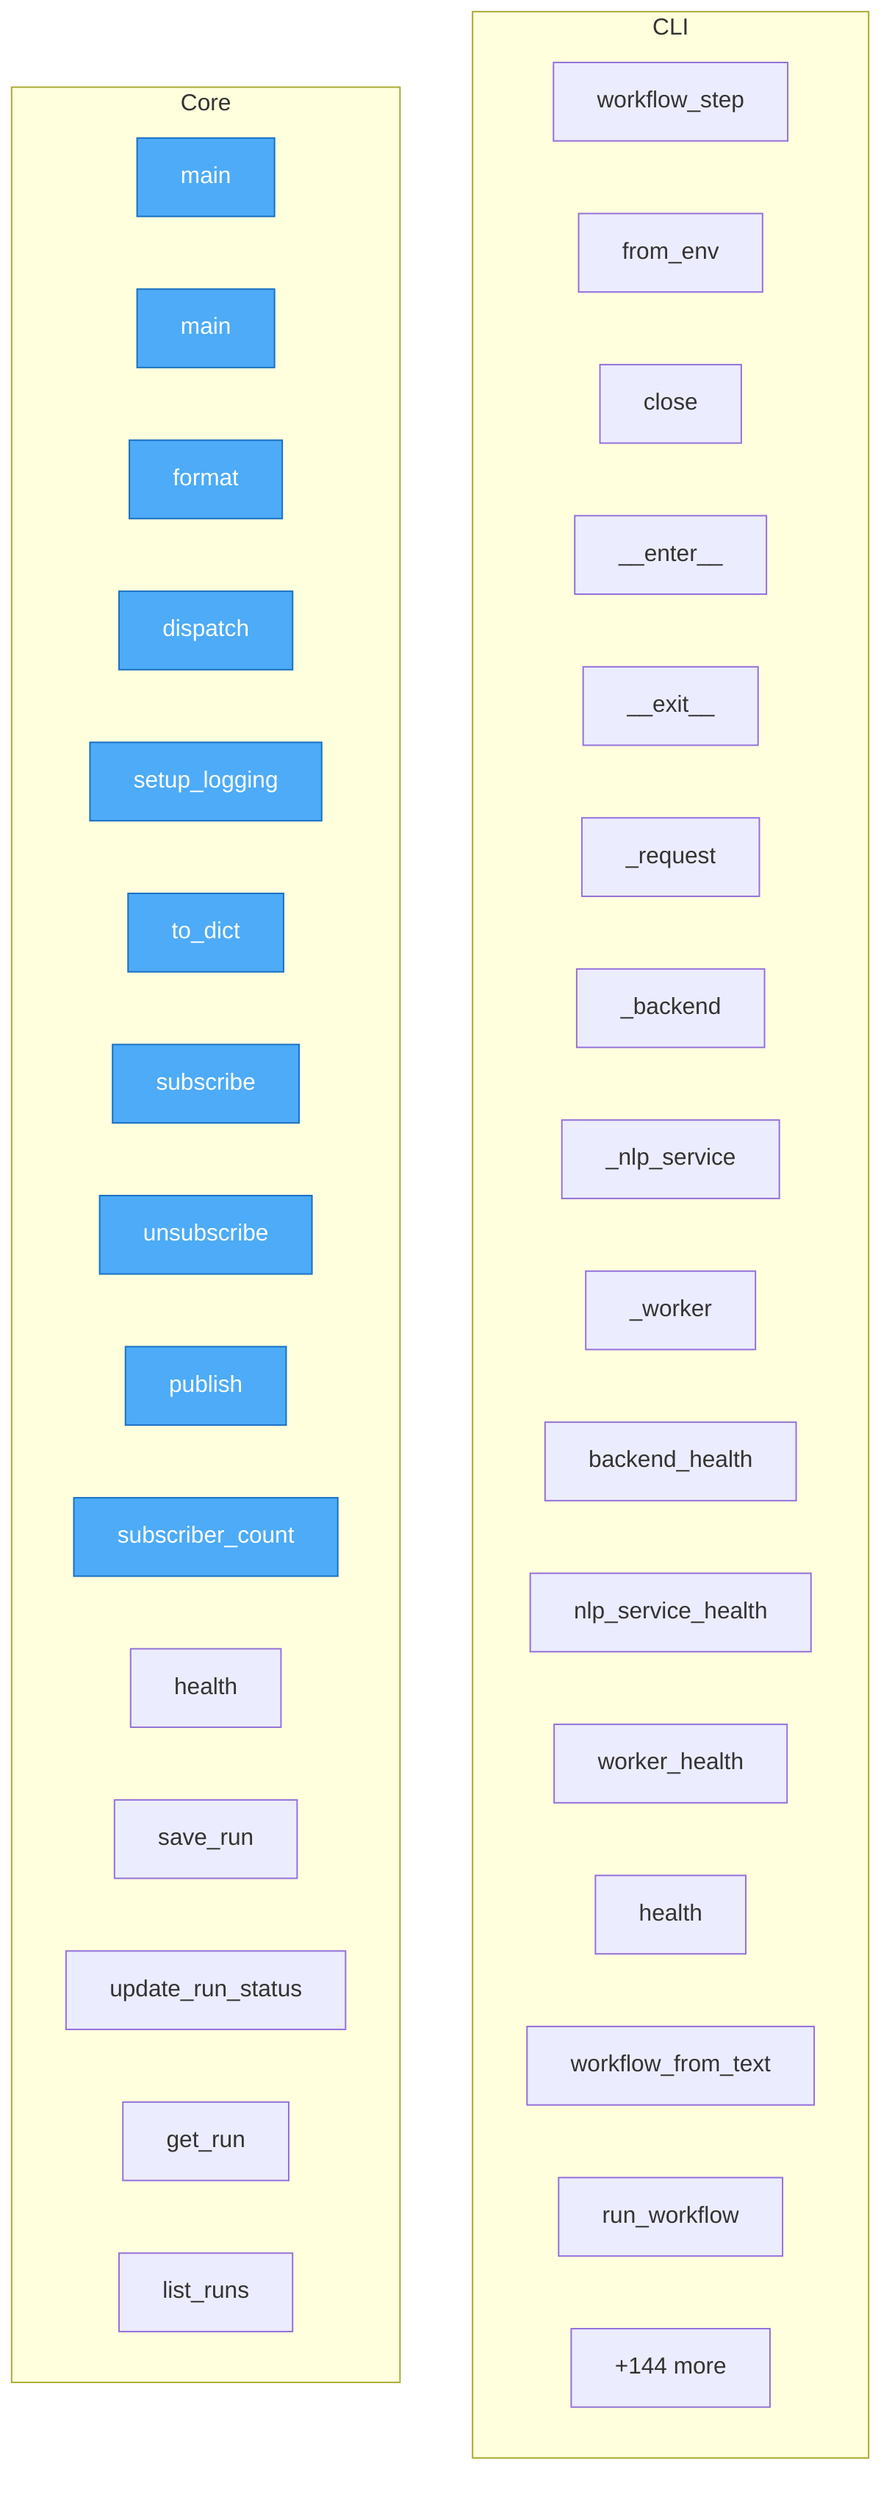
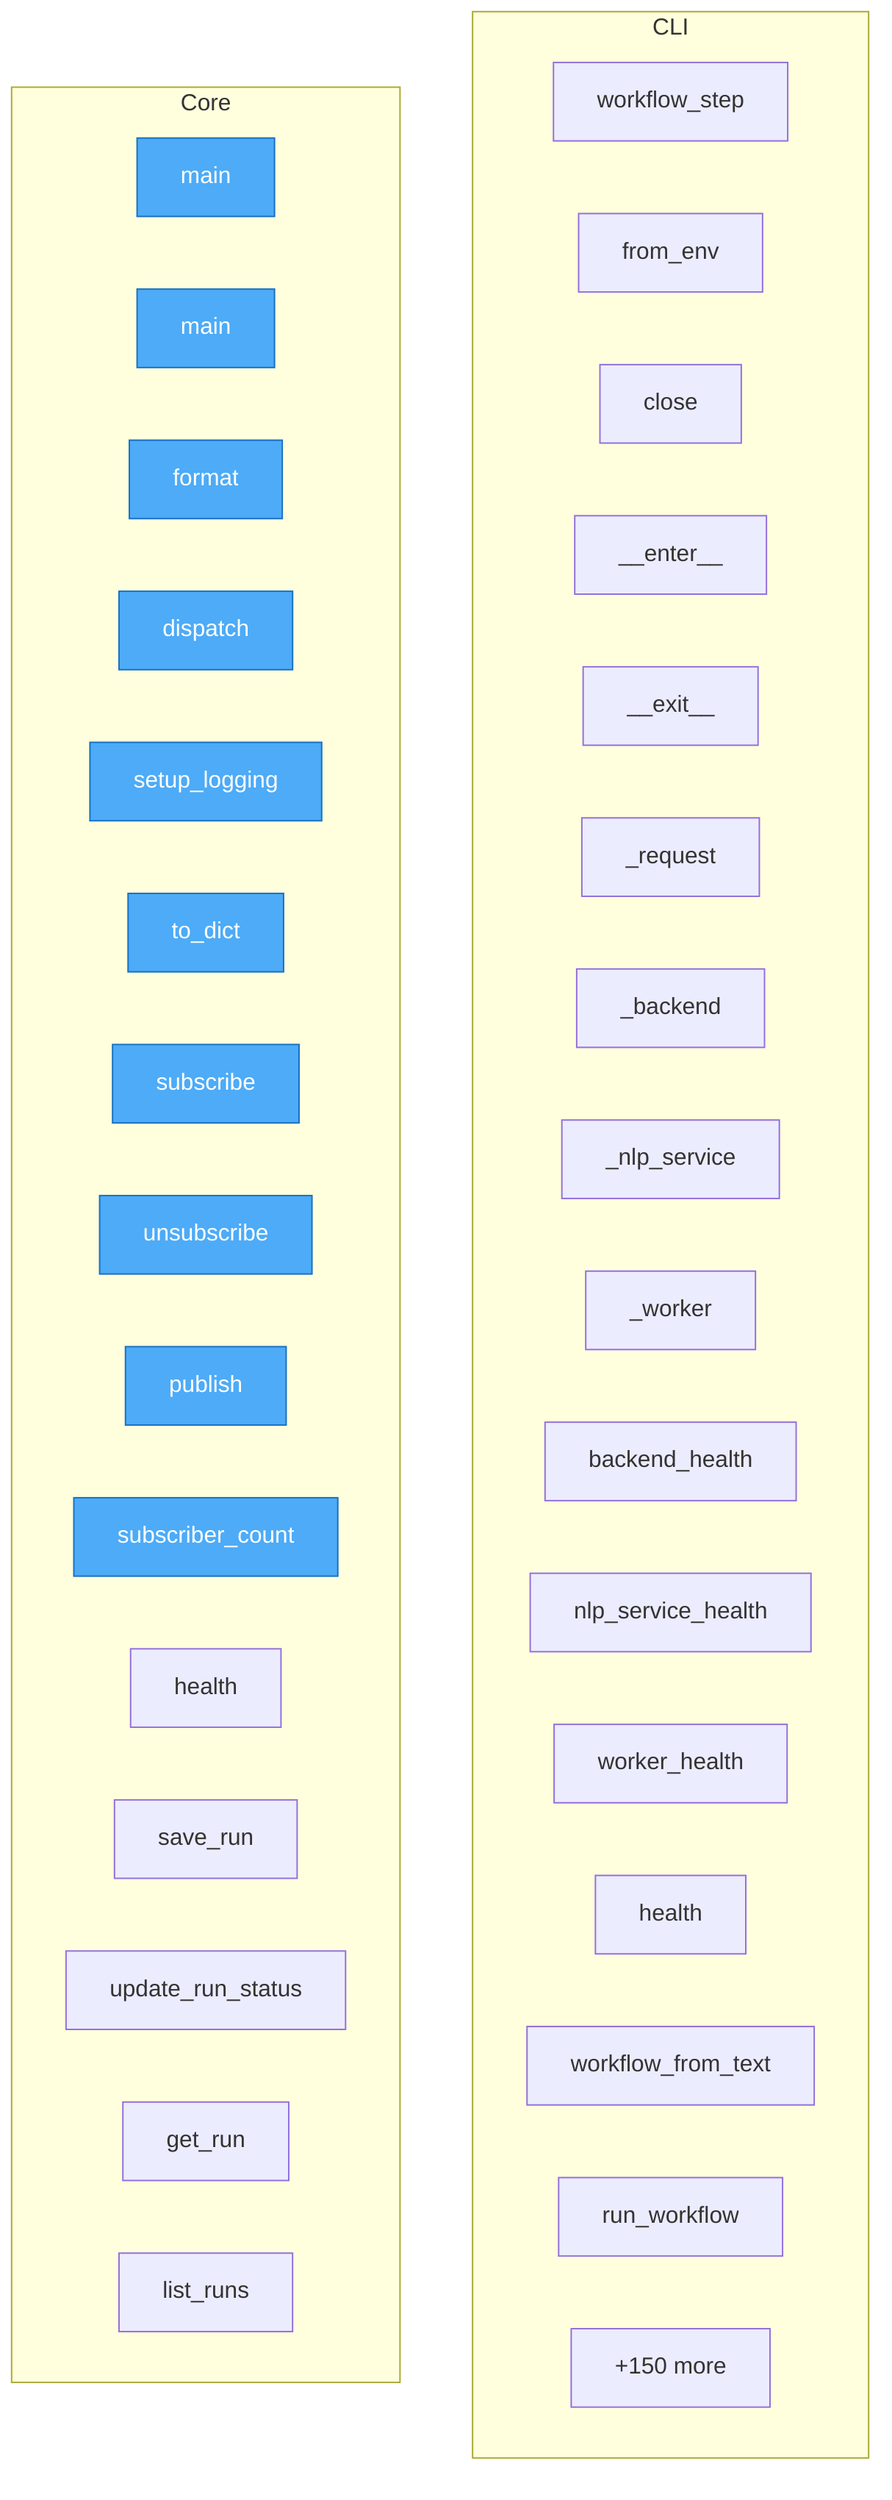
flowchart TD
- %% generated in 0.03s
+ %% generated in 0.01s

    %% Entry points (blue)
    classDef entry fill:#4dabf7,stroke:#1971c2,color:#fff

    subgraph CLI
        nlp2dsl_sdk__client__workflow_step["workflow_step"]
        nlp2dsl_sdk__client__NLP2DSLClient__from_env["from_env"]
        nlp2dsl_sdk__client__NLP2DSLClient__close["close"]
        nlp2dsl_sdk__client__NLP2DSLClient____enter__["__enter__"]
        nlp2dsl_sdk__client__NLP2DSLClient____exit__["__exit__"]
        nlp2dsl_sdk__client__NLP2DSLClient___request["_request"]
        nlp2dsl_sdk__client__NLP2DSLClient___backend["_backend"]
        nlp2dsl_sdk__client__NLP2DSLClient___nlp_service["_nlp_service"]
        nlp2dsl_sdk__client__NLP2DSLClient___worker["_worker"]
        nlp2dsl_sdk__client__NLP2DSLClient__backend_health["backend_health"]
        nlp2dsl_sdk__client__NLP2DSLClient__nlp_service_health["nlp_service_health"]
        nlp2dsl_sdk__client__NLP2DSLClient__worker_health["worker_health"]
        nlp2dsl_sdk__client__NLP2DSLClient__health["health"]
        nlp2dsl_sdk__client__NLP2DSLClient__workflow_from_text["workflow_from_text"]
        nlp2dsl_sdk__client__NLP2DSLClient__run_workflow["run_workflow"]
        ...["+34 more"]
    end

    subgraph Core
        tauri_wrapper__src_tauri__build__main["main"]
        tauri_wrapper__src_tauri__src__main__main["main"]
        backend__app__logging_setup__JSONFormatter__format["format"]
        backend__app__logging_setup__RequestIDMiddleware__dispatch["dispatch"]
        backend__app__logging_setup__setup_logging["setup_logging"]
        backend__app__workflow_events__WorkflowEvent__to_dict["to_dict"]
        backend__app__workflow_events__WorkflowEventHub__subscribe["subscribe"]
        backend__app__workflow_events__WorkflowEventHub__unsubscribe["unsubscribe"]
        backend__app__workflow_events__WorkflowEventHub__publish["publish"]
        backend__app__workflow_events__WorkflowEventHub__subscriber_count["subscriber_count"]
        backend__app__main__health["health"]
        backend__app__db__memory__MemoryWorkflowRepo__save_run["save_run"]
        backend__app__db__memory__MemoryWorkflowRepo__update_run_status["update_run_status"]
        backend__app__db__memory__MemoryWorkflowRepo__get_run["get_run"]
        backend__app__db__memory__MemoryWorkflowRepo__list_runs["list_runs"]
-         ...["+144 more"]
+         ...["+150 more"]
    end

    class tauri_wrapper__src_tauri__build__main,tauri_wrapper__src_tauri__src__main__main,backend__app__logging_setup__JSONFormatter__format,backend__app__logging_setup__RequestIDMiddleware__dispatch,backend__app__logging_setup__setup_logging,backend__app__workflow_events__WorkflowEvent__to_dict,backend__app__workflow_events__WorkflowEventHub__subscribe,backend__app__workflow_events__WorkflowEventHub__unsubscribe,backend__app__workflow_events__WorkflowEventHub__publish,backend__app__workflow_events__WorkflowEventHub__subscriber_count entry
